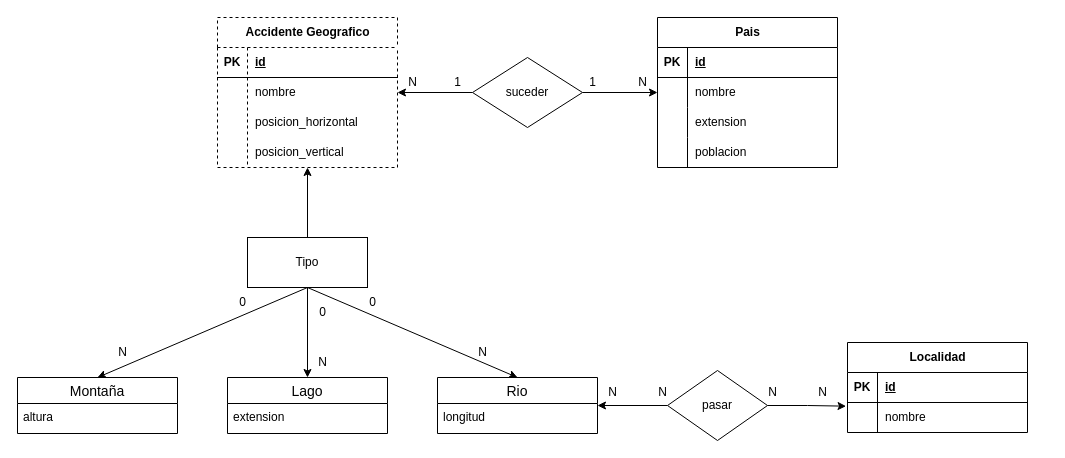
Above: ej11.drawio in adriii28/amr-tsys-C3U12-11102023 (draw.io), before the change. Source tidied: cells renumbered, new cells numbered last; positions are measured from the earlier drawing's top-left corner, leaving out a move shared by most shapes. Both pictures are drawn from the tidied source at 100%, with x=0, y=0 at pixel (17, 17).
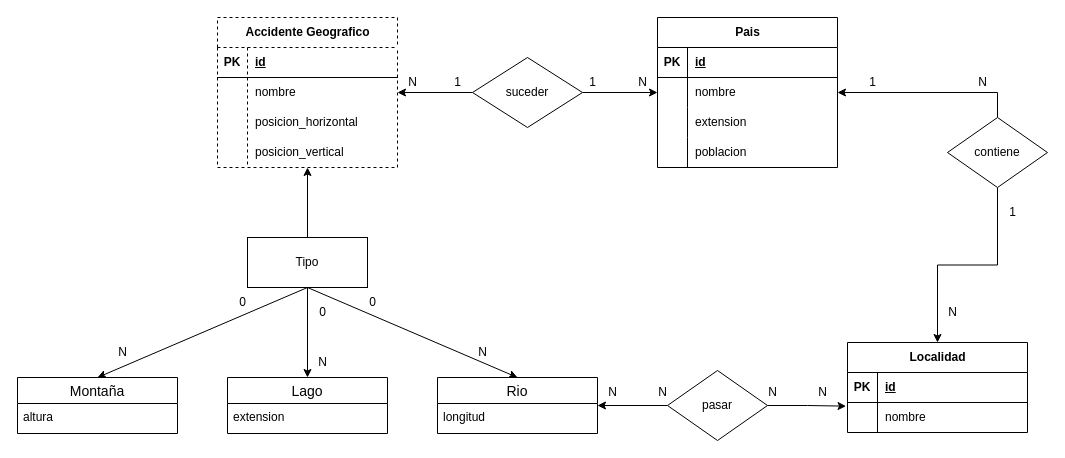
Above is the later version.

Unchanged cells that the change refers to:
```xml
<mxCell id="19" style="shape=tableRow;horizontal=0;startSize=0;swimlaneHead=0;swimlaneBody=0;fillColor=none;points=[[0,0.5],[1,0.5]];portConstraint=eastwest;top=0;left=0;right=0;bottom=0;" parent="15" vertex="1">
  <mxGeometry y="60" width="180" height="30" as="geometry" />
</mxCell>
<mxCell id="54" value="Localidad" style="shape=table;startSize=30;childLayout=tableLayout;rowLines=0;fontStyle=1;align=center;html=1;" parent="1" vertex="1">
  <mxGeometry x="830" y="325" width="180" height="90" as="geometry" />
</mxCell>
```

What changed in the source:
```diff
@@
+    <mxCell id="66" style="edgeStyle=orthogonalEdgeStyle;rounded=0;jettySize=auto;html=1;exitX=0.5;exitY=1;exitDx=0;exitDy=0;" parent="1" edge="1" source="68" target="54">
+      <mxGeometry relative="1" as="geometry" />
+    </mxCell>
@@
+    <mxCell id="67" style="edgeStyle=orthogonalEdgeStyle;rounded=0;jettySize=auto;html=1;entryX=1;entryY=0.5;entryDx=0;entryDy=0;exitX=0.5;exitY=0;exitDx=0;exitDy=0;" parent="1" edge="1" source="68" target="19">
+      <mxGeometry relative="1" as="geometry" />
+    </mxCell>
+    <mxCell id="68" value="contiene" style="rhombus;whiteSpace=wrap;html=1;" parent="1" vertex="1">
+      <mxGeometry x="930" y="100" width="100" height="70" as="geometry" />
+    </mxCell>
+    <mxCell id="69" value="N" style="text;html=1;align=center;verticalAlign=middle;strokeColor=none;fillColor=none;" parent="1" vertex="1">
+      <mxGeometry x="950" y="50" width="30" height="30" as="geometry" />
+    </mxCell>
+    <mxCell id="70" value="1" style="text;html=1;align=center;verticalAlign=middle;strokeColor=none;fillColor=none;" parent="1" vertex="1">
+      <mxGeometry x="840" y="50" width="30" height="30" as="geometry" />
+    </mxCell>
+    <mxCell id="71" value="1" style="text;html=1;align=center;verticalAlign=middle;strokeColor=none;fillColor=none;" parent="1" vertex="1">
+      <mxGeometry x="980" y="180" width="30" height="30" as="geometry" />
+    </mxCell>
+    <mxCell id="72" value="N" style="text;html=1;align=center;verticalAlign=middle;strokeColor=none;fillColor=none;" parent="1" vertex="1">
+      <mxGeometry x="920" y="280" width="30" height="30" as="geometry" />
+    </mxCell>
```
